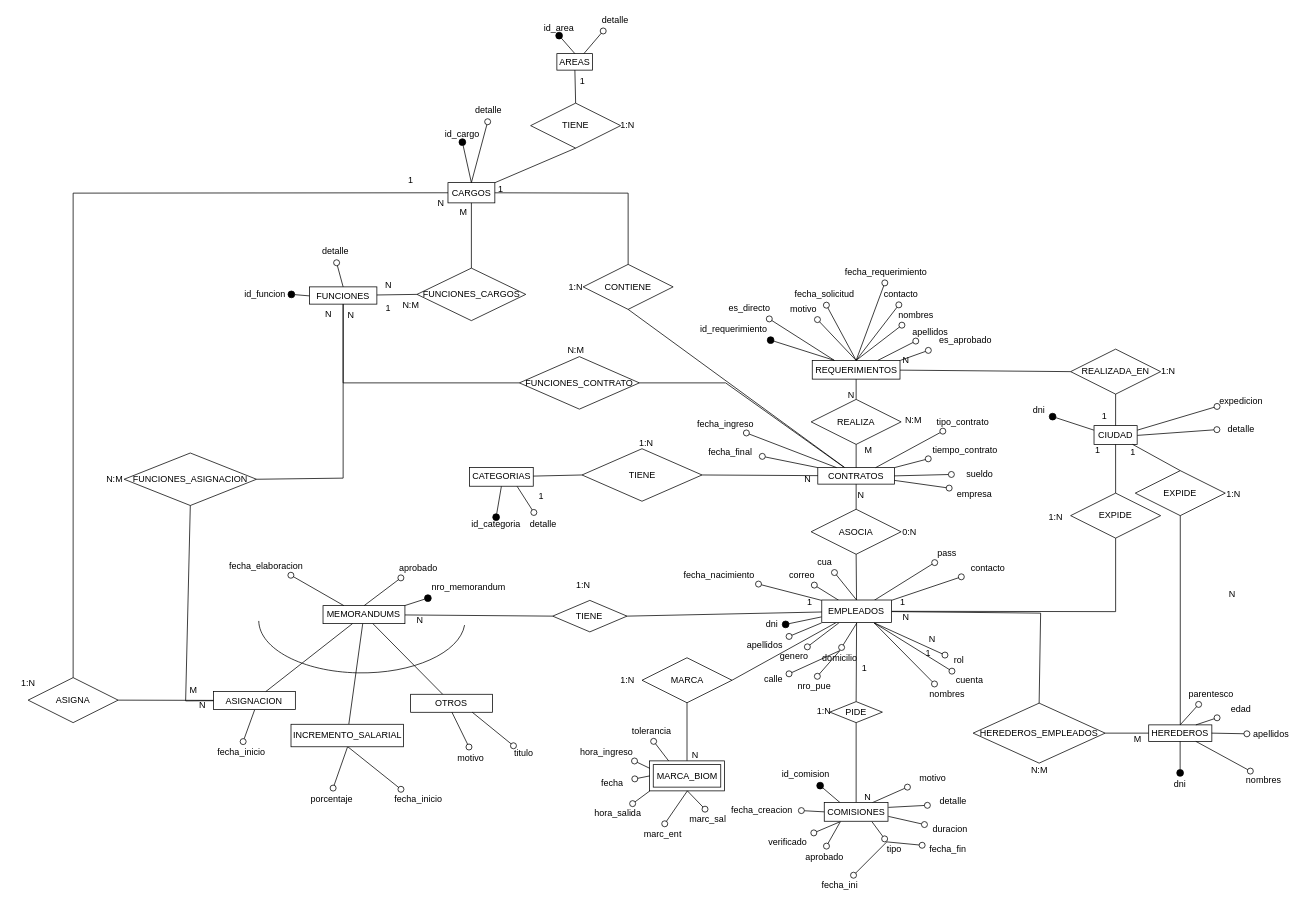
This is page "Página-2" (2 of 4) of Diagrama SRH.drawio from tomyivan/diagramas-DB, a draw.io file, before an edit. Source tidied: cells renumbered, new cells numbered last; positions are measured from the earlier drawing's top-left corner, leaving out a move shared by most shapes. Both pictures are drawn from the tidied source at 75%, with x=0, y=0 at pixel (13, 13).
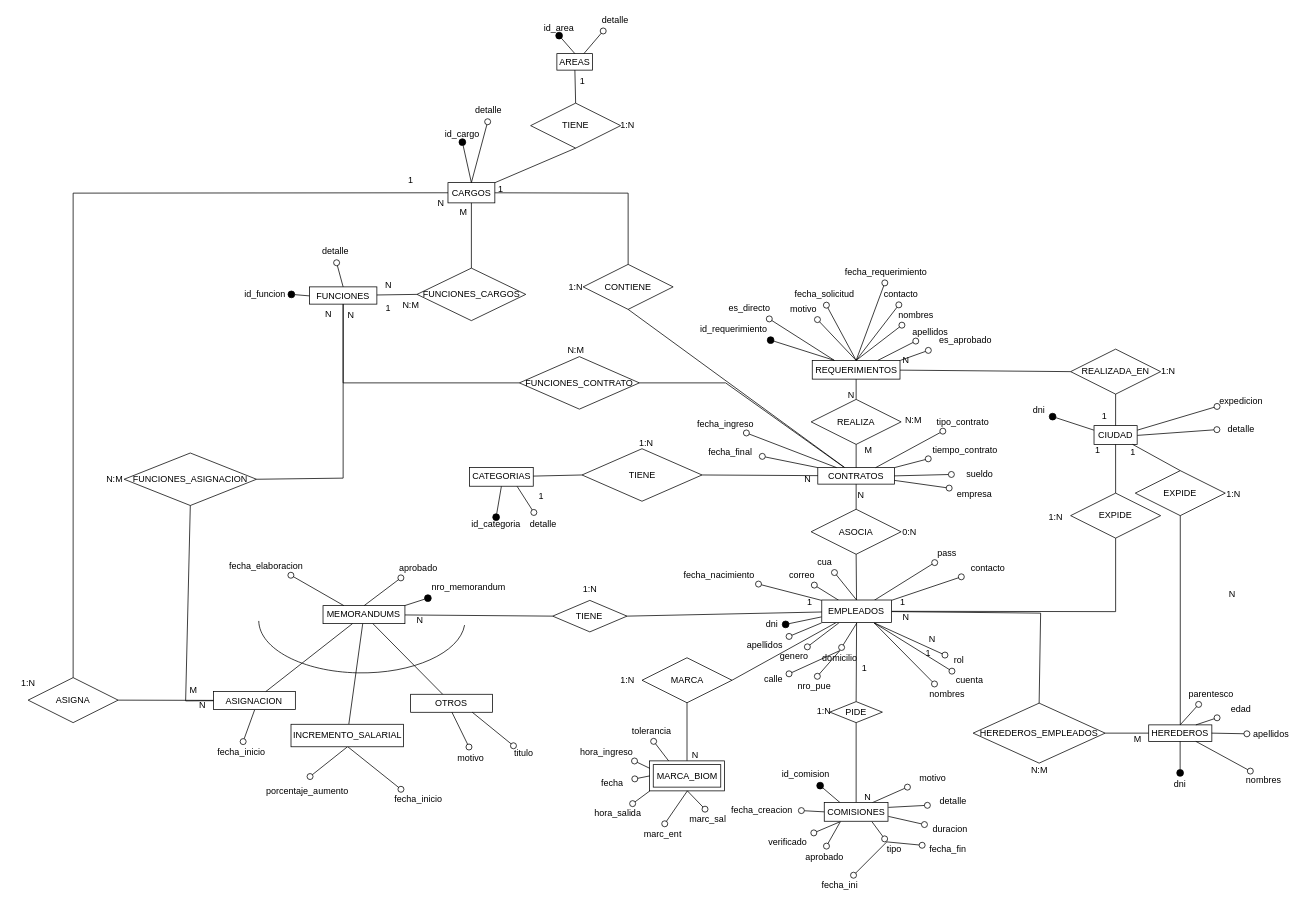
The same diagram, later.

Change to the diagram source:
```diff
@@
-    <mxCell id="220" value="porcentaje" style="whiteSpace=wrap;html=1;align=center;strokeColor=none;fillColor=none;rounded=0;" parent="1" vertex="1">
-      <mxGeometry x="395" y="1038.2" width="59.8" height="20" as="geometry" />
+    <mxCell id="220" value="porcentaje_aumento" style="whiteSpace=wrap;html=1;align=center;strokeColor=none;fillColor=none;rounded=0;" parent="1" vertex="1">
+      <mxGeometry x="324.5" y="1020.8" width="135" height="31.8" as="geometry" />
     </mxCell>
@@
     <mxCell id="238" value="1:N" style="text;html=1;align=center;verticalAlign=middle;strokeColor=none;fillColor=none;" parent="1" vertex="1">
-      <mxGeometry x="740" y="748" width="40" height="30" as="geometry" />
+      <mxGeometry x="748.9" y="753" width="40" height="30" as="geometry" />
     </mxCell>
```
